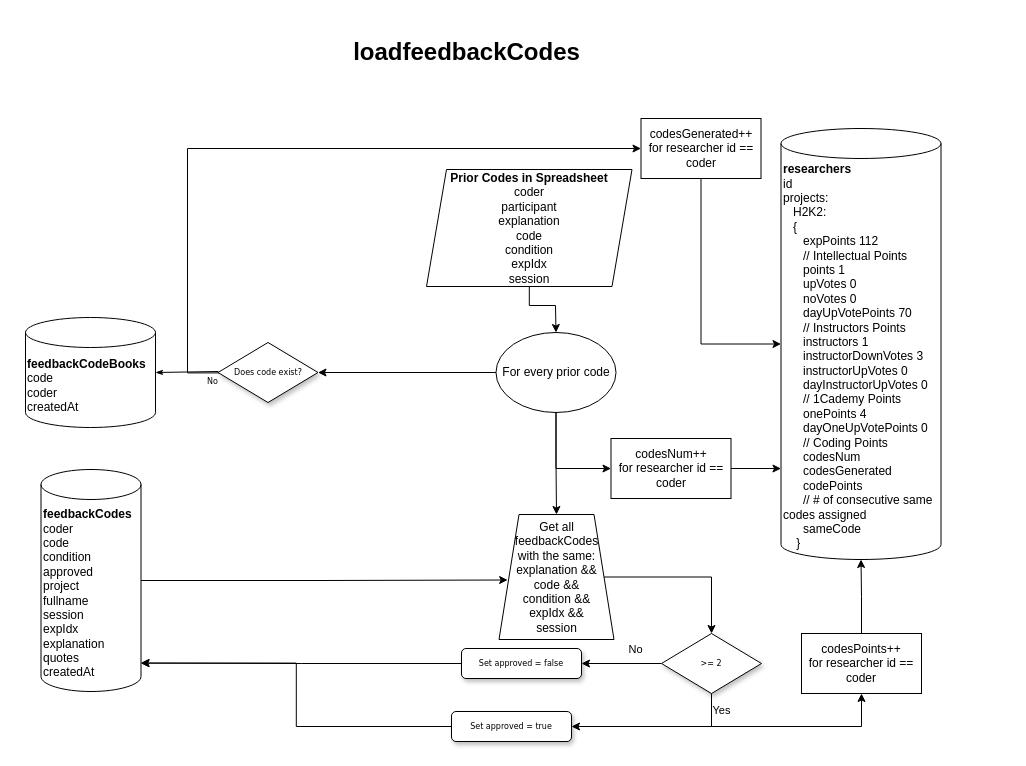
Before: src/Components/ProjectManagement/FreeRecallGrading/freeRecallGrading.drawio in ImanYZ/VisualExp, a draw.io diagram. Source tidied: cells renumbered, new cells numbered last; positions are measured from the earlier drawing's top-left corner, leaving out a move shared by most shapes. Both pictures are drawn from the tidied source at 100%, with x=0, y=0 at pixel (25, 27).
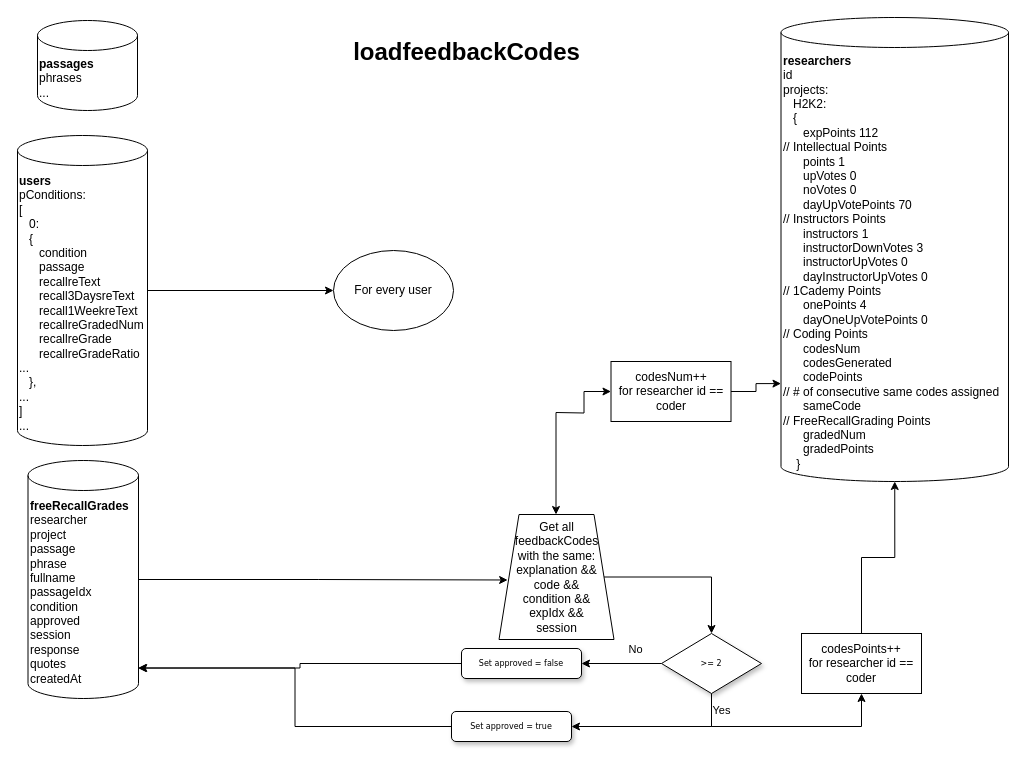
Above is the later version.

Commit message:
Designing the FreeRecallGrading flow diagram.

Unchanged cells that the change refers to:
```xml
<mxCell id="15" value="Get all feedbackCodes&lt;br&gt;with the same:&lt;br&gt;explanation &amp;amp;&amp;amp;&lt;br&gt;code &amp;amp;&amp;amp;&lt;br&gt;condition &amp;amp;&amp;amp;&lt;br&gt;expIdx &amp;amp;&amp;amp;&lt;br&gt;session" style="shape=trapezoid;perimeter=trapezoidPerimeter;whiteSpace=wrap;html=1;fixedSize=1;" parent="1" vertex="1">
  <mxGeometry x="473.5" y="487" width="115" height="125" as="geometry" />
</mxCell>
```

The edit, as a diff of the source:
```diff
@@
-    <mxCell id="2" value="&lt;b&gt;feedbackCodeBooks&lt;/b&gt;&lt;br&gt;&lt;div&gt;code&lt;/div&gt;&lt;div&gt;coder&lt;/div&gt;&lt;div&gt;createdAt&lt;/div&gt;" style="shape=cylinder3;whiteSpace=wrap;html=1;boundedLbl=1;backgroundOutline=1;size=15;align=left;" parent="1" vertex="1">
-      <mxGeometry y="290" width="130" height="110" as="geometry" />
+    <mxCell id="2" value="&lt;b&gt;passages&lt;/b&gt;&lt;br&gt;&lt;div&gt;phrases&lt;/div&gt;&lt;div&gt;...&lt;/div&gt;" style="shape=cylinder3;whiteSpace=wrap;html=1;boundedLbl=1;backgroundOutline=1;size=15;align=left;" parent="1" vertex="1">
+      <mxGeometry x="12" y="-7" width="100" height="90" as="geometry" />
     </mxCell>
@@
-    <mxCell id="4" value="&lt;b&gt;feedbackCodes&lt;/b&gt;&lt;br&gt;&lt;div&gt;coder&lt;/div&gt;&lt;div&gt;code&lt;/div&gt;&lt;div&gt;condition&lt;/div&gt;&lt;div&gt;approved&lt;/div&gt;&lt;div&gt;project&lt;/div&gt;&lt;div&gt;fullname&lt;/div&gt;&lt;div&gt;session&lt;/div&gt;&lt;div&gt;expIdx&lt;/div&gt;&lt;div&gt;explanation&lt;/div&gt;&lt;div&gt;quotes&lt;/div&gt;&lt;div&gt;createdAt&lt;/div&gt;" style="shape=cylinder3;whiteSpace=wrap;html=1;boundedLbl=1;backgroundOutline=1;size=15;align=left;" parent="1" vertex="1">
-      <mxGeometry x="15.5" y="442" width="100" height="222" as="geometry" />
+    <mxCell id="4" value="&lt;b&gt;freeRecallGrades&lt;/b&gt;&lt;br&gt;&lt;div&gt;researcher&lt;/div&gt;&lt;div&gt;project&lt;/div&gt;&lt;div&gt;passage&lt;/div&gt;&lt;div&gt;phrase&lt;/div&gt;&lt;div&gt;&lt;span&gt;fullname&lt;/span&gt;&lt;br&gt;&lt;/div&gt;&lt;div&gt;&lt;span&gt;passageIdx&lt;/span&gt;&lt;/div&gt;&lt;div&gt;&lt;span&gt;condition&lt;/span&gt;&lt;/div&gt;&lt;div&gt;&lt;span&gt;approved&lt;/span&gt;&lt;br&gt;&lt;/div&gt;&lt;div&gt;&lt;span&gt;session&lt;/span&gt;&lt;br&gt;&lt;/div&gt;&lt;div&gt;response&lt;/div&gt;&lt;div&gt;quotes&lt;/div&gt;&lt;div&gt;createdAt&lt;/div&gt;" style="shape=cylinder3;whiteSpace=wrap;html=1;boundedLbl=1;backgroundOutline=1;size=15;align=left;" parent="1" vertex="1">
+      <mxGeometry x="2.5" y="433" width="110.5" height="238" as="geometry" />
     </mxCell>
-    <mxCell id="5" style="edgeStyle=orthogonalEdgeStyle;rounded=0;jettySize=auto;html=1;" parent="1" edge="1" source="6" target="10">
-      <mxGeometry relative="1" as="geometry">
-        <Array as="points">
-          <mxPoint x="504" y="278" />
-          <mxPoint x="530" y="278" />
-        </Array>
-      </mxGeometry>
-    </mxCell>
-    <mxCell id="6" value="&lt;b&gt;Prior Codes in Spreadsheet&lt;br&gt;&lt;/b&gt;coder&lt;br&gt;participant&lt;br&gt;explanation&lt;br&gt;code&lt;br&gt;condition&lt;br&gt;expIdx&lt;br&gt;session" style="shape=parallelogram;perimeter=parallelogramPerimeter;whiteSpace=wrap;html=1;fixedSize=1;align=center;" parent="1" vertex="1">
-      <mxGeometry x="401" y="142" width="205.5" height="117" as="geometry" />
-    </mxCell>
-    <mxCell id="7" style="edgeStyle=orthogonalEdgeStyle;rounded=0;jettySize=auto;html=1;entryX=1;entryY=0.5;entryDx=0;entryDy=0;" parent="1" edge="1" source="10" target="13">
-      <mxGeometry relative="1" as="geometry" />
-    </mxCell>
-    <mxCell id="8" style="edgeStyle=orthogonalEdgeStyle;rounded=0;jettySize=auto;html=1;" parent="1" edge="1" source="10" target="15">
-      <mxGeometry relative="1" as="geometry" />
+    <mxCell id="8" style="edgeStyle=orthogonalEdgeStyle;rounded=0;jettySize=auto;html=1;" parent="1" edge="1" target="15">
+      <mxGeometry relative="1" as="geometry">
+        <mxPoint x="530.5" y="385" as="sourcePoint" />
+      </mxGeometry>
     </mxCell>
-    <mxCell id="9" style="edgeStyle=orthogonalEdgeStyle;rounded=0;jettySize=auto;html=1;exitX=0.5;exitY=1;exitDx=0;exitDy=0;entryX=0;entryY=0.5;entryDx=0;entryDy=0;" parent="1" edge="1" source="10" target="29">
-      <mxGeometry relative="1" as="geometry" />
+    <mxCell id="9" style="edgeStyle=orthogonalEdgeStyle;rounded=0;jettySize=auto;html=1;exitX=0.5;exitY=1;exitDx=0;exitDy=0;entryX=0;entryY=0.5;entryDx=0;entryDy=0;" parent="1" edge="1" target="29">
+      <mxGeometry relative="1" as="geometry">
+        <mxPoint x="530.5" y="385" as="sourcePoint" />
+      </mxGeometry>
     </mxCell>
-    <mxCell id="10" value="For every prior code" style="ellipse;whiteSpace=wrap;html=1;" parent="1" vertex="1">
-      <mxGeometry x="470.5" y="305" width="120" height="80" as="geometry" />
-    </mxCell>
-    <mxCell id="11" value="No" style="edgeStyle=orthogonalEdgeStyle;rounded=0;html=1;labelBackgroundColor=none;startSize=5;endArrow=classicThin;endFill=1;endSize=5;jettySize=auto;strokeWidth=1;fontFamily=Verdana;fontSize=8;exitX=0;exitY=0.5;exitDx=0;exitDy=0;entryX=1;entryY=0.5;entryDx=0;entryDy=0;entryPerimeter=0;" parent="1" edge="1" source="13" target="2">
-      <mxGeometry x="-0.78" y="10" relative="1" as="geometry">
-        <Array as="points">
-          <mxPoint x="130.5" y="344" />
-        </Array>
-      </mxGeometry>
-    </mxCell>
-    <mxCell id="12" style="edgeStyle=orthogonalEdgeStyle;rounded=0;jettySize=auto;html=1;exitX=0.037;exitY=0.507;exitDx=0;exitDy=0;exitPerimeter=0;entryX=0;entryY=0.5;entryDx=0;entryDy=0;" parent="1" edge="1" source="13" target="27">
-      <mxGeometry relative="1" as="geometry">
-        <Array as="points">
-          <mxPoint x="162" y="345" />
-          <mxPoint x="162" y="121" />
-        </Array>
-      </mxGeometry>
-    </mxCell>
-    <mxCell id="13" value="Does code exist?" style="rhombus;whiteSpace=wrap;html=1;rounded=0;shadow=1;labelBackgroundColor=none;strokeWidth=1;fontFamily=Verdana;fontSize=8;align=center;" parent="1" vertex="1">
-      <mxGeometry x="192.5" y="315" width="100" height="60" as="geometry" />
-    </mxCell>
@@
-    <mxCell id="25" value="&lt;b&gt;researchers&lt;/b&gt;&lt;br&gt;id&lt;br&gt;projects:&lt;br&gt;&amp;nbsp; &amp;nbsp;H2K2:&lt;br&gt;&amp;nbsp; &amp;nbsp;{&lt;br&gt;&amp;nbsp; &amp;nbsp; &amp;nbsp; expPoints 112&lt;br&gt;&amp;nbsp; &amp;nbsp; &amp;nbsp; // Intellectual Points&lt;br&gt;&amp;nbsp; &amp;nbsp; &amp;nbsp; points 1&lt;br&gt;&amp;nbsp; &amp;nbsp; &amp;nbsp; upVotes 0&amp;nbsp;&lt;br&gt;&amp;nbsp; &amp;nbsp; &amp;nbsp; noVotes 0&lt;br&gt;&lt;div&gt;&amp;nbsp; &amp;nbsp; &amp;nbsp; dayUpVotePoints 70&amp;nbsp;&lt;/div&gt;&amp;nbsp; &amp;nbsp; &amp;nbsp; // Instructors&amp;nbsp;Points&lt;br&gt;&amp;nbsp; &amp;nbsp; &amp;nbsp; instructors 1&lt;br&gt;&amp;nbsp; &amp;nbsp; &amp;nbsp; instructorDownVotes 3&lt;br&gt;&amp;nbsp; &amp;nbsp; &amp;nbsp; instructorUpVotes 0&lt;br&gt;&amp;nbsp; &amp;nbsp; &amp;nbsp;&amp;nbsp;&lt;span style=&quot;color: rgb(0 , 0 , 0)&quot;&gt;dayInstructorUpVotes 0&lt;/span&gt;&lt;br&gt;&lt;div&gt;&lt;/div&gt;&amp;nbsp; &amp;nbsp; &amp;nbsp; // 1Cademy&amp;nbsp;Points&lt;br&gt;&amp;nbsp; &amp;nbsp; &amp;nbsp; onePoints 4&lt;br&gt;&amp;nbsp; &amp;nbsp; &amp;nbsp; dayOneUpVotePoints 0&lt;br&gt;&amp;nbsp; &amp;nbsp; &amp;nbsp; // Coding Points&lt;br&gt;&amp;nbsp; &amp;nbsp; &amp;nbsp; codesNum&lt;br&gt;&amp;nbsp; &amp;nbsp; &amp;nbsp; codesGenerated&lt;br&gt;&amp;nbsp; &amp;nbsp; &amp;nbsp; codePoints&lt;br&gt;&amp;nbsp; &amp;nbsp; &amp;nbsp; // # of consecutive same codes assigned&lt;br&gt;&amp;nbsp; &amp;nbsp; &amp;nbsp; sameCode&lt;br&gt;&amp;nbsp; &amp;nbsp; }" style="shape=cylinder3;whiteSpace=wrap;html=1;boundedLbl=1;backgroundOutline=1;size=15;align=left;" parent="1" vertex="1">
-      <mxGeometry x="755.5" y="101" width="160" height="431" as="geometry" />
+    <mxCell id="25" value="&lt;b&gt;researchers&lt;/b&gt;&lt;br&gt;id&lt;br&gt;projects:&lt;br&gt;&amp;nbsp; &amp;nbsp;H2K2:&lt;br&gt;&amp;nbsp; &amp;nbsp;{&lt;br&gt;&amp;nbsp; &amp;nbsp; &amp;nbsp; expPoints 112&lt;br&gt;// Intellectual Points&lt;br&gt;&amp;nbsp; &amp;nbsp; &amp;nbsp; points 1&lt;br&gt;&amp;nbsp; &amp;nbsp; &amp;nbsp; upVotes 0&amp;nbsp;&lt;br&gt;&amp;nbsp; &amp;nbsp; &amp;nbsp; noVotes 0&lt;br&gt;&lt;div&gt;&amp;nbsp; &amp;nbsp; &amp;nbsp; dayUpVotePoints 70&amp;nbsp;&lt;/div&gt;// Instructors&amp;nbsp;Points&lt;br&gt;&amp;nbsp; &amp;nbsp; &amp;nbsp; instructors 1&lt;br&gt;&amp;nbsp; &amp;nbsp; &amp;nbsp; instructorDownVotes 3&lt;br&gt;&amp;nbsp; &amp;nbsp; &amp;nbsp; instructorUpVotes 0&lt;br&gt;&amp;nbsp; &amp;nbsp; &amp;nbsp;&amp;nbsp;dayInstructorUpVotes 0&lt;br&gt;&lt;div&gt;&lt;/div&gt;// 1Cademy&amp;nbsp;Points&lt;br&gt;&amp;nbsp; &amp;nbsp; &amp;nbsp; onePoints 4&lt;br&gt;&amp;nbsp; &amp;nbsp; &amp;nbsp; dayOneUpVotePoints 0&lt;br&gt;// Coding Points&lt;br&gt;&amp;nbsp; &amp;nbsp; &amp;nbsp; codesNum&lt;br&gt;&amp;nbsp; &amp;nbsp; &amp;nbsp; codesGenerated&lt;br&gt;&amp;nbsp; &amp;nbsp; &amp;nbsp; codePoints&lt;br&gt;// # of consecutive same codes assigned&lt;br&gt;&amp;nbsp; &amp;nbsp; &amp;nbsp; sameCode&lt;br&gt;// FreeRecallGrading Points&lt;br&gt;&amp;nbsp; &amp;nbsp; &amp;nbsp; gradedNum&lt;br&gt;&amp;nbsp; &amp;nbsp; &amp;nbsp; gradedPoints&lt;br&gt;&amp;nbsp; &amp;nbsp; }" style="shape=cylinder3;whiteSpace=wrap;html=1;boundedLbl=1;backgroundOutline=1;size=15;align=left;" parent="1" vertex="1">
+      <mxGeometry x="755.5" y="-10" width="227.5" height="464" as="geometry" />
     </mxCell>
-    <mxCell id="26" style="edgeStyle=orthogonalEdgeStyle;rounded=0;jettySize=auto;html=1;exitX=0.5;exitY=1;exitDx=0;exitDy=0;" parent="1" edge="1" source="27" target="25">
-      <mxGeometry relative="1" as="geometry" />
-    </mxCell>
-    <mxCell id="27" value="codesGenerated++&lt;br&gt;for researcher id == coder" style="rounded=0;whiteSpace=wrap;html=1;" parent="1" vertex="1">
-      <mxGeometry x="615.5" y="91" width="120" height="60" as="geometry" />
-    </mxCell>
@@
     <mxCell id="29" value="codesNum++&lt;br&gt;for researcher id == coder" style="rounded=0;whiteSpace=wrap;html=1;" parent="1" vertex="1">
-      <mxGeometry x="585.5" y="411" width="120" height="60" as="geometry" />
+      <mxGeometry x="585.5" y="334" width="120" height="60" as="geometry" />
     </mxCell>
@@
+    <mxCell id="33" style="edgeStyle=none;html=1;" parent="1" edge="1" source="34" target="35">
+      <mxGeometry relative="1" as="geometry" />
+    </mxCell>
+    <mxCell id="34" value="&lt;b&gt;users&lt;/b&gt;&lt;br&gt;&lt;div&gt;&lt;span&gt;pConditions:&lt;/span&gt;&lt;/div&gt;&lt;div&gt;&lt;span&gt;[&lt;/span&gt;&lt;/div&gt;&lt;div&gt;&lt;span&gt;&amp;nbsp; &amp;nbsp;0:&lt;/span&gt;&lt;/div&gt;&lt;div&gt;&lt;span&gt;&amp;nbsp; &amp;nbsp;{&lt;/span&gt;&lt;/div&gt;&lt;div&gt;&lt;span&gt;&amp;nbsp; &amp;nbsp; &amp;nbsp; condition&lt;/span&gt;&lt;/div&gt;&lt;div&gt;&lt;span&gt;&amp;nbsp; &amp;nbsp; &amp;nbsp; passage&lt;/span&gt;&lt;/div&gt;&lt;div&gt;&amp;nbsp; &amp;nbsp; &amp;nbsp; recallreText&lt;/div&gt;&amp;nbsp; &amp;nbsp; &amp;nbsp; recall3DaysreText&lt;div&gt;&amp;nbsp; &amp;nbsp; &amp;nbsp; recall1WeekreText&lt;/div&gt;&lt;div&gt;&amp;nbsp; &amp;nbsp; &amp;nbsp; recallreGradedNum&lt;/div&gt;&lt;div&gt;&amp;nbsp; &amp;nbsp; &amp;nbsp; recallreGrade&lt;/div&gt;&lt;div&gt;&amp;nbsp; &amp;nbsp; &amp;nbsp; recallreGradeRatio&lt;/div&gt;&lt;div&gt;...&lt;/div&gt;&lt;div&gt;&lt;span&gt;&amp;nbsp; &amp;nbsp;},&lt;/span&gt;&lt;/div&gt;&lt;div&gt;&lt;span&gt;...&lt;/span&gt;&lt;/div&gt;&lt;div&gt;&lt;span&gt;]&lt;/span&gt;&lt;/div&gt;&lt;div&gt;&lt;span&gt;...&lt;/span&gt;&lt;br&gt;&lt;/div&gt;" style="shape=cylinder3;whiteSpace=wrap;html=1;boundedLbl=1;backgroundOutline=1;size=15;align=left;" parent="1" vertex="1">
+      <mxGeometry x="-8" y="108" width="130" height="310" as="geometry" />
+    </mxCell>
+    <mxCell id="35" value="For every user" style="ellipse;whiteSpace=wrap;html=1;" parent="1" vertex="1">
+      <mxGeometry x="308" y="223" width="120" height="80" as="geometry" />
+    </mxCell>
```
